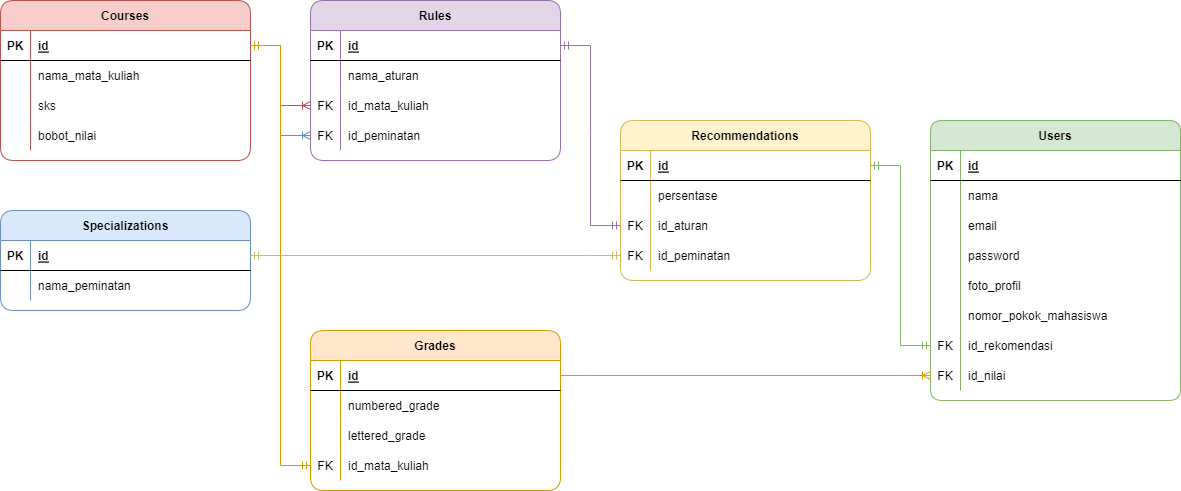
Above: ERD_SPK.png in Zurihaqi/spk-informatika-backend-skripsi (draw.io), before the change. Source tidied: cells renumbered, new cells last; positions are measured from the earlier drawing's top-left corner, leaving out a move shared by most shapes.
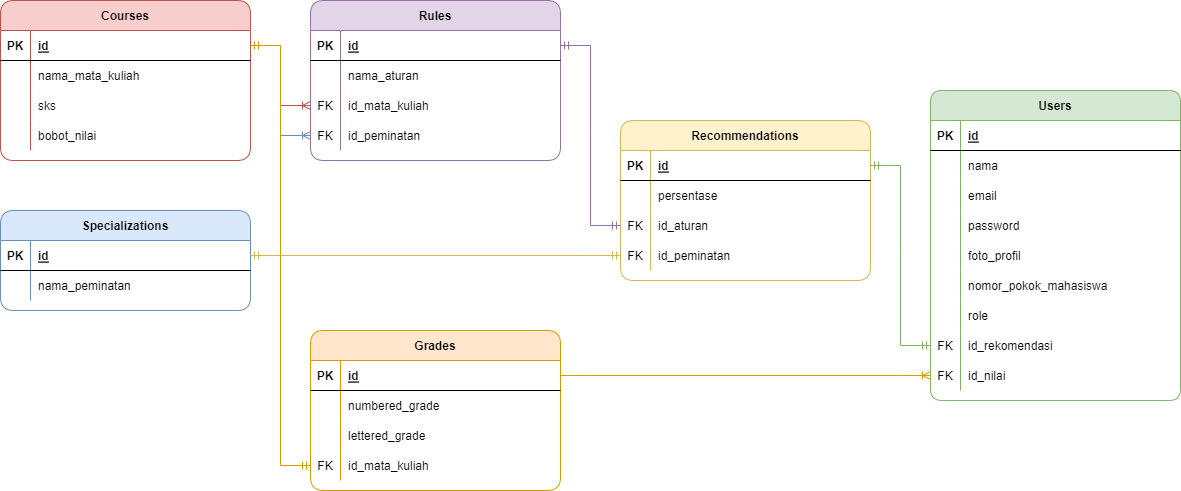
After the change.

Change to the diagram source:
```diff
@@ -3,7 +3,7 @@
     <mxCell id="0" />
     <mxCell id="1" parent="0" />
     <mxCell id="2" value="Users" style="shape=table;startSize=30;rowLines=0;fontStyle=1;align=center;fillColor=#d5e8d4;strokeColor=#82b366;rounded=1;shadow=0;swimlaneFillColor=default;arcSize=13;" parent="1" vertex="1">
-      <mxGeometry x="930" y="120" width="250" height="280" as="geometry" />
+      <mxGeometry x="930" y="90" width="250" height="310" as="geometry" />
     </mxCell>
     <mxCell id="3" style="shape=partialRectangle;fillColor=none;top=0;left=0;right=0;bottom=1;" parent="2" vertex="1">
       <mxGeometry y="30" width="250" height="30" as="geometry" />
@@ -59,8 +59,17 @@
     <mxCell id="20" value="nomor_pokok_mahasiswa" style="shape=partialRectangle;overflow=hidden;fillColor=none;top=0;left=0;bottom=0;right=0;align=left;spacingLeft=6;" parent="18" vertex="1">
       <mxGeometry x="30" width="220" height="30" as="geometry" />
     </mxCell>
+    <mxCell id="93" style="shape=partialRectangle;fillColor=none;top=0;left=0;right=0;bottom=0;" parent="2" vertex="1">
+      <mxGeometry y="210" width="250" height="30" as="geometry" />
+    </mxCell>
+    <mxCell id="94" style="shape=partialRectangle;overflow=hidden;fillColor=none;top=0;left=0;bottom=0;right=0;" parent="93" vertex="1">
+      <mxGeometry width="30" height="30" as="geometry" />
+    </mxCell>
+    <mxCell id="95" value="role" style="shape=partialRectangle;overflow=hidden;fillColor=none;top=0;left=0;bottom=0;right=0;align=left;spacingLeft=6;" parent="93" vertex="1">
+      <mxGeometry x="30" width="220" height="30" as="geometry" />
+    </mxCell>
     <mxCell id="21" style="shape=partialRectangle;fillColor=none;points=[[0,0.5],[1,0.5]];portConstraint=eastwest;top=0;left=0;right=0;bottom=0;" parent="2" vertex="1">
-      <mxGeometry y="210" width="250" height="30" as="geometry" />
+      <mxGeometry y="240" width="250" height="30" as="geometry" />
     </mxCell>
     <mxCell id="22" value="FK" style="shape=partialRectangle;overflow=hidden;fillColor=none;top=0;left=0;bottom=0;right=0;" parent="21" vertex="1">
       <mxGeometry width="30" height="30" as="geometry" />
@@ -69,7 +78,7 @@
       <mxGeometry x="30" width="220" height="30" as="geometry" />
     </mxCell>
     <mxCell id="24" style="shape=partialRectangle;fillColor=none;points=[[0,0.5],[1,0.5]];portConstraint=eastwest;top=0;left=0;right=0;bottom=0;" parent="2" vertex="1">
-      <mxGeometry y="240" width="250" height="30" as="geometry" />
+      <mxGeometry y="270" width="250" height="30" as="geometry" />
     </mxCell>
     <mxCell id="25" value="FK" style="shape=partialRectangle;overflow=hidden;fillColor=none;top=0;left=0;bottom=0;right=0;" parent="24" vertex="1">
       <mxGeometry width="30" height="30" as="geometry" />
```
